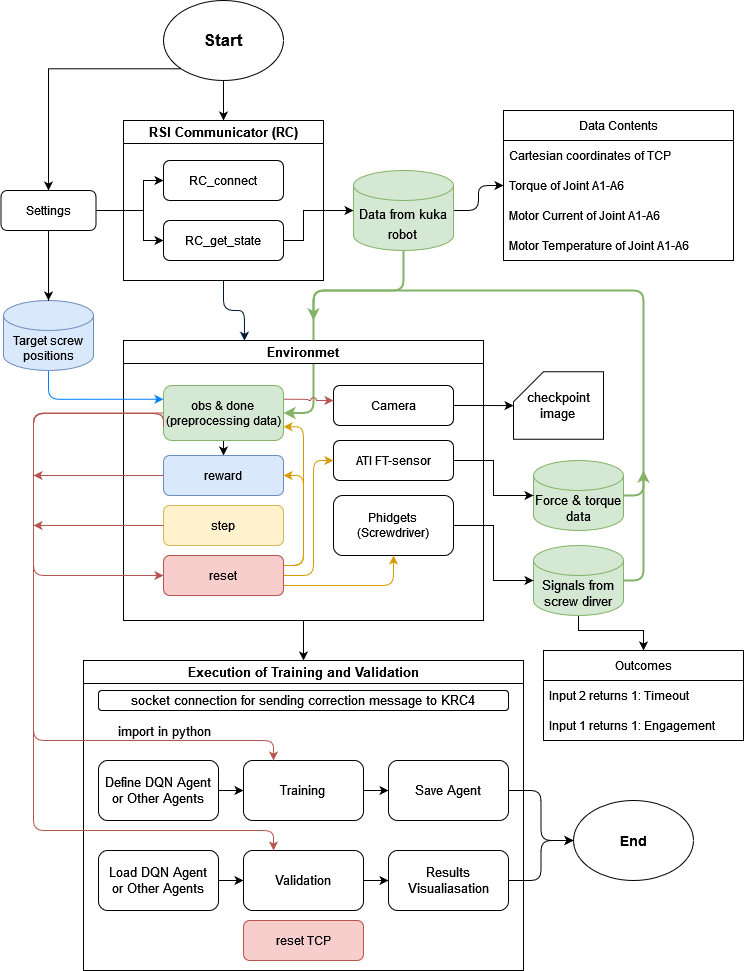
This is New_Worflow.png from TONiiV/flowcharts, a draw.io export, as it was before one commit. Source tidied: cells renumbered, new cells last; positions are measured from the earlier drawing's top-left corner, leaving out a move shared by most shapes.
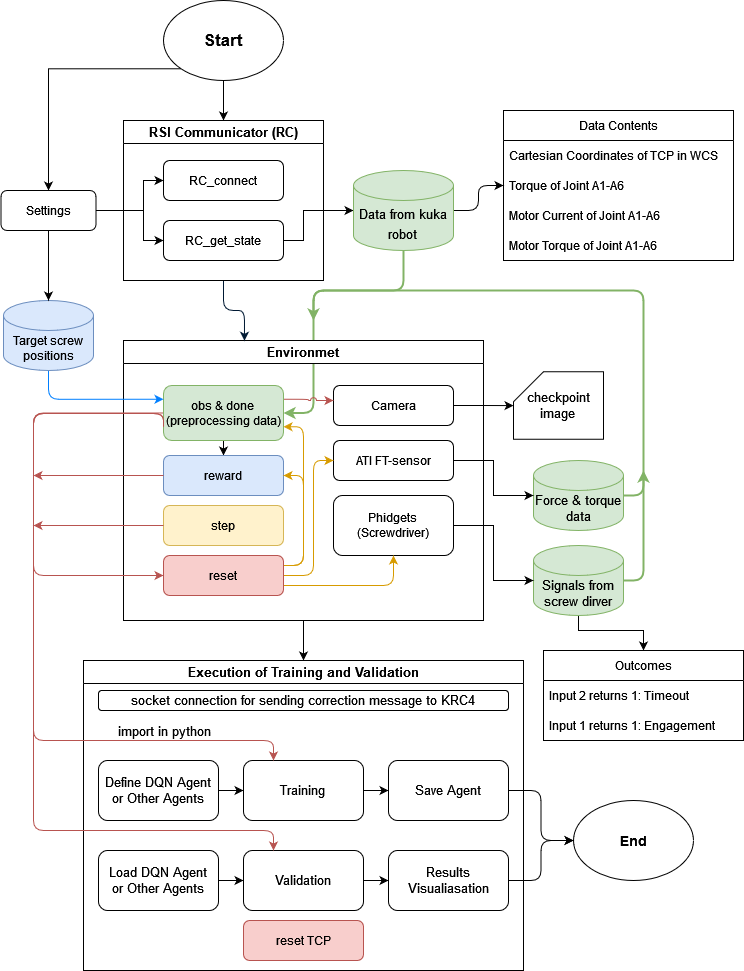
After the commit.

What changed in the source:
```diff
@@ -218,7 +218,7 @@
     <mxCell id="55" value="Data Contents" style="swimlane;fontStyle=0;horizontal=1;startSize=30;fontSize=12;" parent="1" vertex="1">
       <mxGeometry x="502" y="110" width="230" height="150" as="geometry" />
     </mxCell>
-    <mxCell id="56" value="Cartesian coordinates of TCP" style="text;strokeColor=none;fillColor=none;align=left;verticalAlign=middle;spacingLeft=4;spacingRight=4;overflow=hidden;fontSize=12;" parent="55" vertex="1">
+    <mxCell id="56" value="Cartesian Coordinates of TCP in WCS" style="text;strokeColor=none;fillColor=none;align=left;verticalAlign=middle;spacingLeft=4;spacingRight=4;overflow=hidden;fontSize=12;" parent="55" vertex="1">
       <mxGeometry y="30" width="230" height="30" as="geometry" />
     </mxCell>
     <mxCell id="57" value="Torque of Joint A1-A6" style="text;strokeColor=none;fillColor=none;align=left;verticalAlign=middle;spacingLeft=4;spacingRight=4;overflow=hidden;fontSize=12;" parent="55" vertex="1">
@@ -227,7 +227,7 @@
     <mxCell id="58" value="Motor Current of Joint A1-A6" style="text;strokeColor=none;fillColor=none;align=left;verticalAlign=middle;spacingLeft=4;spacingRight=4;overflow=hidden;fontSize=12;" parent="55" vertex="1">
       <mxGeometry y="90" width="230" height="30" as="geometry" />
     </mxCell>
-    <mxCell id="59" value="Motor Temperature of Joint A1-A6 " style="text;strokeColor=none;fillColor=none;align=left;verticalAlign=middle;spacingLeft=4;spacingRight=4;overflow=hidden;fontSize=12;" parent="55" vertex="1">
+    <mxCell id="59" value="Motor Torque of Joint A1-A6 " style="text;strokeColor=none;fillColor=none;align=left;verticalAlign=middle;spacingLeft=4;spacingRight=4;overflow=hidden;fontSize=12;" parent="55" vertex="1">
       <mxGeometry y="120" width="230" height="30" as="geometry" />
     </mxCell>
     <mxCell id="60" style="edgeStyle=orthogonalEdgeStyle;rounded=1;jettySize=auto;html=1;exitX=0.5;exitY=1;exitDx=0;exitDy=0;exitPerimeter=0;entryX=0;entryY=0.25;entryDx=0;entryDy=0;strokeColor=#007FFF;" parent="1" edge="1" source="61" target="19">
```
